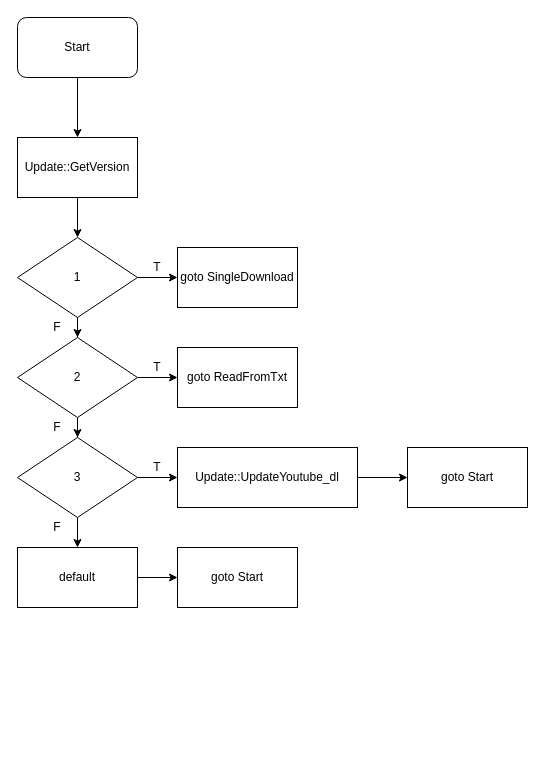
Earlier version of the draw.io diagram docs/Xtdl_flowchart.drawio (Stardusstt/Xtdl). Source tidied: cells renumbered, new cells numbered last; positions are measured from the earlier drawing's top-left corner, leaving out a move shared by most shapes. Both pictures are drawn from the tidied source at 100%, with x=0, y=0 at pixel (17, 17).
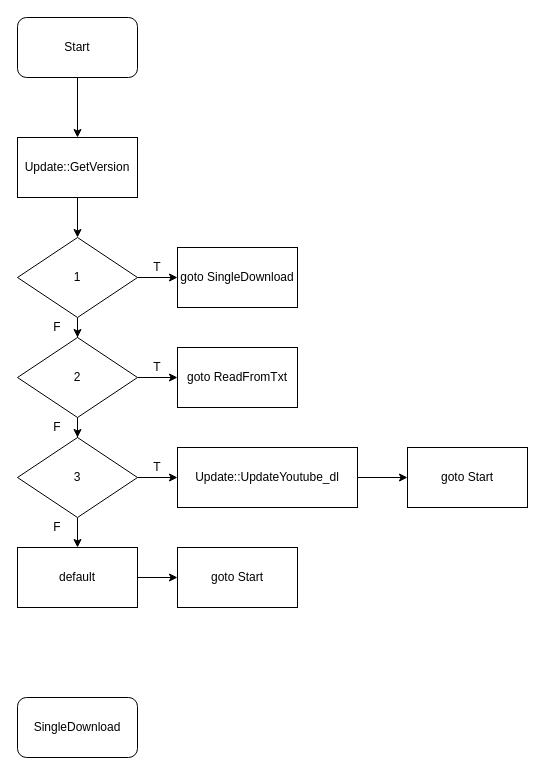
Above is the later version.

Diff of the diagram source:
```diff
@@
+    <mxCell id="29" value="SingleDownload" style="rounded=1;whiteSpace=wrap;html=1;" parent="1" vertex="1">
+      <mxGeometry y="680" width="120" height="60" as="geometry" />
+    </mxCell>
```
